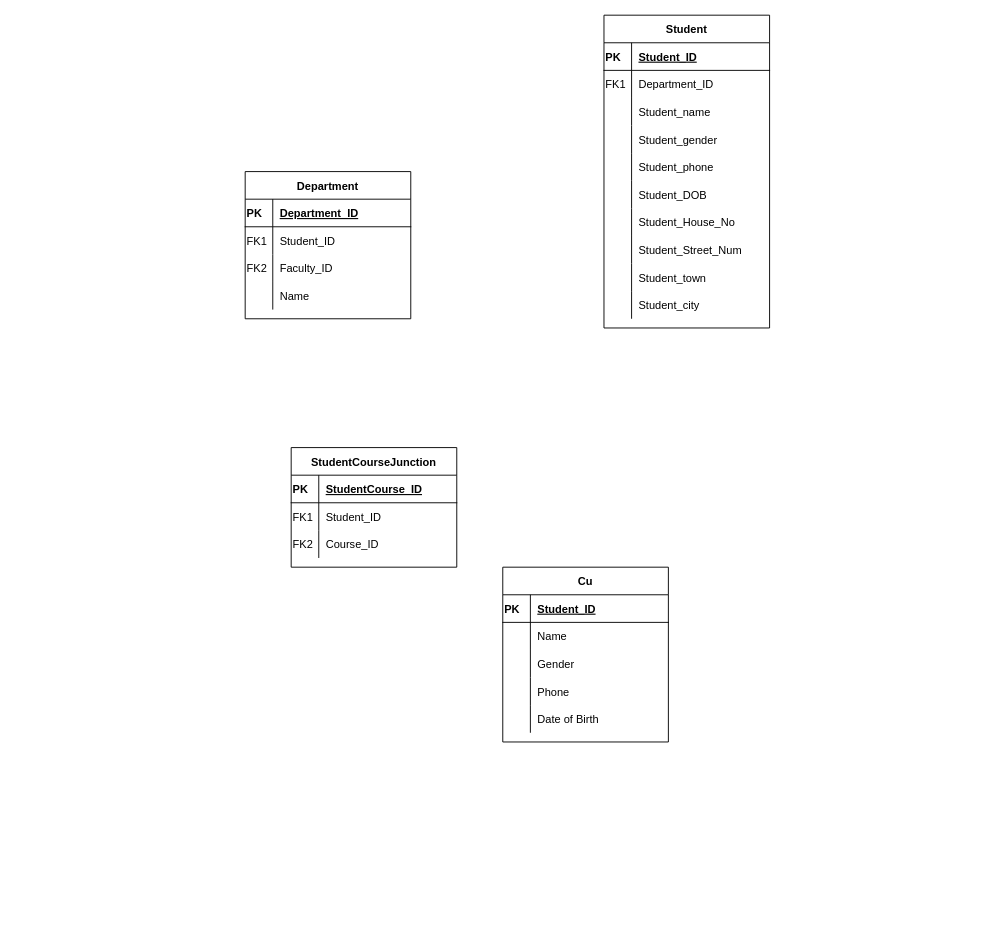
Before: page "Daily_Challenge" (4 of 4) of mysej.drawio in ahmadanwar93/SET-day-22, a draw.io diagram. Source tidied: cells renumbered, new cells numbered last; positions are measured from the earlier drawing's top-left corner, leaving out a move shared by most shapes. Both pictures are drawn from the tidied source at 92%, with x=0, y=0 at pixel (245, 15).
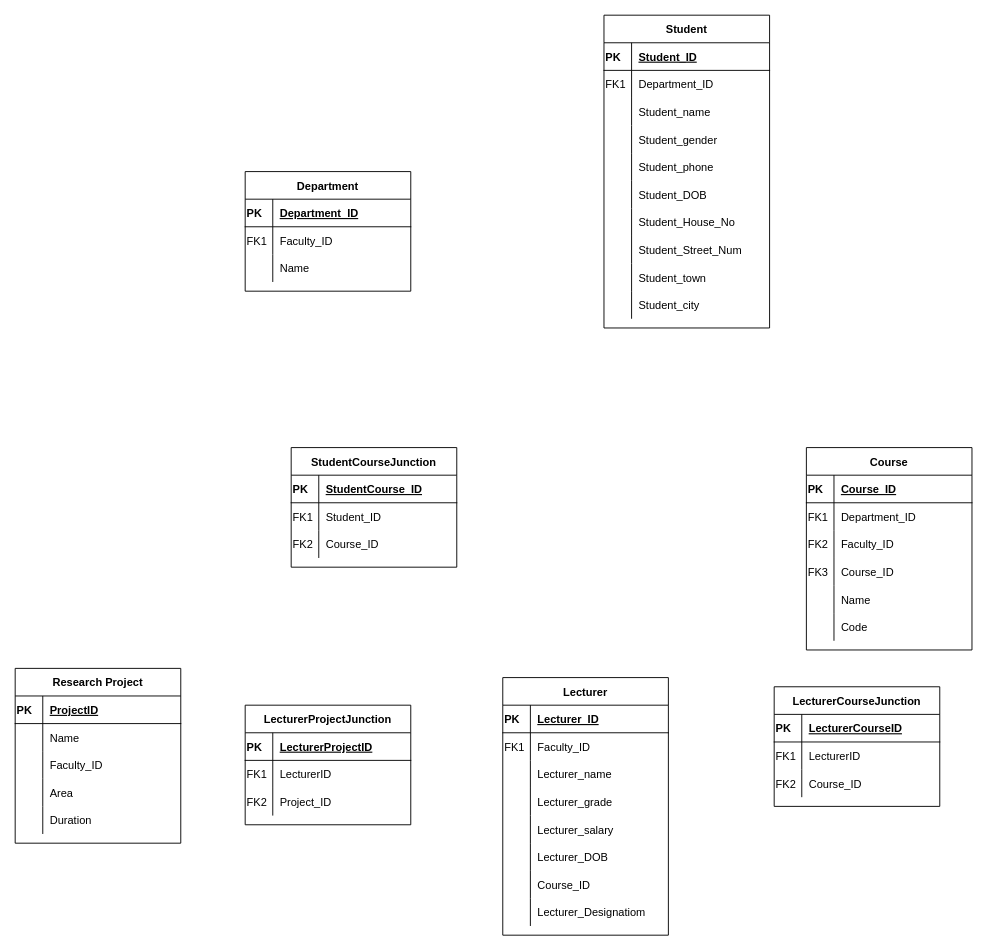
After the change.

The change refers to these unchanged cells:
```xml
<mxCell id="47" style="shape=partialRectangle;fillColor=none;top=0;left=0;bottom=1;right=0;align=left;" parent="46" vertex="1">
  <mxGeometry y="30" width="180" height="30" as="geometry" />
</mxCell>
```

What changed in the source:
```diff
@@
     <mxCell id="33" value="Department" style="shape=table;startSize=30;childLayout=tableLayout;rowLines=0;fontStyle=1;align=center;" parent="1" vertex="1">
-      <mxGeometry y="170" width="180" height="160" as="geometry" />
+      <mxGeometry y="170" width="180" height="130" as="geometry" />
     </mxCell>
@@
-    <mxCell id="37" style="shape=partialRectangle;fillColor=none;top=0;left=0;bottom=0;right=0;align=left;" parent="33" vertex="1">
-      <mxGeometry y="60" width="180" height="30" as="geometry" />
-    </mxCell>
-    <mxCell id="38" value="FK1" style="shape=partialRectangle;fillColor=none;top=0;left=0;bottom=0;right=0;overflow=hidden;align=left;" parent="37" vertex="1">
-      <mxGeometry width="30" height="30" as="geometry" />
-    </mxCell>
-    <mxCell id="39" value="Student_ID" style="shape=partialRectangle;fillColor=none;top=0;left=0;bottom=0;right=0;align=left;spacingLeft=6;overflow=hidden;" parent="37" vertex="1">
-      <mxGeometry x="30" width="150" height="30" as="geometry" />
-    </mxCell>
     <mxCell id="40" style="shape=partialRectangle;fillColor=none;top=0;left=0;bottom=0;right=0;align=left;" parent="33" vertex="1">
-      <mxGeometry y="90" width="180" height="30" as="geometry" />
+      <mxGeometry y="60" width="180" height="30" as="geometry" />
     </mxCell>
-    <mxCell id="41" value="FK2" style="shape=partialRectangle;fillColor=none;top=0;left=0;bottom=0;right=0;overflow=hidden;align=left;" parent="40" vertex="1">
+    <mxCell id="41" value="FK1" style="shape=partialRectangle;fillColor=none;top=0;left=0;bottom=0;right=0;overflow=hidden;align=left;" parent="40" vertex="1">
       <mxGeometry width="30" height="30" as="geometry" />
     </mxCell>
@@
     <mxCell id="43" style="shape=partialRectangle;fillColor=none;top=0;left=0;bottom=0;right=0;align=left;" parent="33" vertex="1">
-      <mxGeometry y="120" width="180" height="30" as="geometry" />
+      <mxGeometry y="90" width="180" height="30" as="geometry" />
     </mxCell>
@@
-    <mxCell id="46" value="Cu" style="shape=table;startSize=30;childLayout=tableLayout;rowLines=0;fontStyle=1;align=center;" parent="1" vertex="1">
-      <mxGeometry x="280" y="600" width="180" height="190" as="geometry" />
+    <mxCell id="46" value="Course" style="shape=table;startSize=30;childLayout=tableLayout;rowLines=0;fontStyle=1;align=center;" parent="1" vertex="1">
+      <mxGeometry x="610" y="470" width="180" height="220" as="geometry" />
     </mxCell>
@@
-    <mxCell id="49" value="Student_ID" style="shape=partialRectangle;fillColor=none;top=0;left=0;bottom=0;right=0;align=left;spacingLeft=6;fontStyle=5;overflow=hidden;" parent="47" vertex="1">
+    <mxCell id="49" value="Course_ID" style="shape=partialRectangle;fillColor=none;top=0;left=0;bottom=0;right=0;align=left;spacingLeft=6;fontStyle=5;overflow=hidden;" parent="47" vertex="1">
       <mxGeometry x="30" width="150" height="30" as="geometry" />
     </mxCell>
+    <mxCell id="56" style="shape=partialRectangle;fillColor=none;top=0;left=0;bottom=0;right=0;align=left;" parent="46" vertex="1">
+      <mxGeometry y="60" width="180" height="30" as="geometry" />
+    </mxCell>
+    <mxCell id="57" value="FK1" style="shape=partialRectangle;fillColor=none;top=0;left=0;bottom=0;right=0;overflow=hidden;align=left;" parent="56" vertex="1">
+      <mxGeometry width="30" height="30" as="geometry" />
+    </mxCell>
+    <mxCell id="58" value="Department_ID" style="shape=partialRectangle;fillColor=none;top=0;left=0;bottom=0;right=0;align=left;spacingLeft=6;overflow=hidden;" parent="56" vertex="1">
+      <mxGeometry x="30" width="150" height="30" as="geometry" />
+    </mxCell>
+    <mxCell id="59" style="shape=partialRectangle;fillColor=none;top=0;left=0;bottom=0;right=0;align=left;" parent="46" vertex="1">
+      <mxGeometry y="90" width="180" height="30" as="geometry" />
+    </mxCell>
+    <mxCell id="60" value="FK2" style="shape=partialRectangle;fillColor=none;top=0;left=0;bottom=0;right=0;overflow=hidden;align=left;" parent="59" vertex="1">
+      <mxGeometry width="30" height="30" as="geometry" />
+    </mxCell>
+    <mxCell id="61" value="Faculty_ID" style="shape=partialRectangle;fillColor=none;top=0;left=0;bottom=0;right=0;align=left;spacingLeft=6;overflow=hidden;" parent="59" vertex="1">
+      <mxGeometry x="30" width="150" height="30" as="geometry" />
+    </mxCell>
+    <mxCell id="72" style="shape=partialRectangle;fillColor=none;top=0;left=0;bottom=0;right=0;align=left;" parent="46" vertex="1">
+      <mxGeometry y="120" width="180" height="30" as="geometry" />
+    </mxCell>
+    <mxCell id="73" value="FK3" style="shape=partialRectangle;fillColor=none;top=0;left=0;bottom=0;right=0;overflow=hidden;align=left;" parent="72" vertex="1">
+      <mxGeometry width="30" height="30" as="geometry" />
+    </mxCell>
+    <mxCell id="74" value="Course_ID" style="shape=partialRectangle;fillColor=none;top=0;left=0;bottom=0;right=0;align=left;spacingLeft=6;overflow=hidden;" parent="72" vertex="1">
+      <mxGeometry x="30" width="150" height="30" as="geometry" />
+    </mxCell>
     <mxCell id="50" style="shape=partialRectangle;fillColor=none;top=0;left=0;bottom=0;right=0;align=left;" parent="46" vertex="1">
-      <mxGeometry y="60" width="180" height="30" as="geometry" />
+      <mxGeometry y="150" width="180" height="30" as="geometry" />
     </mxCell>
@@
     <mxCell id="53" style="shape=partialRectangle;fillColor=none;top=0;left=0;bottom=0;right=0;align=left;" parent="46" vertex="1">
-      <mxGeometry y="90" width="180" height="30" as="geometry" />
+      <mxGeometry y="180" width="180" height="30" as="geometry" />
     </mxCell>
@@
-    <mxCell id="55" value="Gender" style="shape=partialRectangle;fillColor=none;top=0;left=0;bottom=0;right=0;align=left;spacingLeft=6;overflow=hidden;" parent="53" vertex="1">
+    <mxCell id="55" value="Code" style="shape=partialRectangle;fillColor=none;top=0;left=0;bottom=0;right=0;align=left;spacingLeft=6;overflow=hidden;" parent="53" vertex="1">
       <mxGeometry x="30" width="150" height="30" as="geometry" />
     </mxCell>
-    <mxCell id="56" style="shape=partialRectangle;fillColor=none;top=0;left=0;bottom=0;right=0;align=left;" parent="46" vertex="1">
-      <mxGeometry y="120" width="180" height="30" as="geometry" />
-    </mxCell>
-    <mxCell id="57" style="shape=partialRectangle;fillColor=none;top=0;left=0;bottom=0;right=0;overflow=hidden;align=left;" parent="56" vertex="1">
-      <mxGeometry width="30" height="30" as="geometry" />
-    </mxCell>
-    <mxCell id="58" value="Phone" style="shape=partialRectangle;fillColor=none;top=0;left=0;bottom=0;right=0;align=left;spacingLeft=6;overflow=hidden;" parent="56" vertex="1">
-      <mxGeometry x="30" width="150" height="30" as="geometry" />
-    </mxCell>
-    <mxCell id="59" style="shape=partialRectangle;fillColor=none;top=0;left=0;bottom=0;right=0;align=left;" parent="46" vertex="1">
-      <mxGeometry y="150" width="180" height="30" as="geometry" />
-    </mxCell>
-    <mxCell id="60" style="shape=partialRectangle;fillColor=none;top=0;left=0;bottom=0;right=0;overflow=hidden;align=left;" parent="59" vertex="1">
-      <mxGeometry width="30" height="30" as="geometry" />
-    </mxCell>
-    <mxCell id="61" value="Date of Birth" style="shape=partialRectangle;fillColor=none;top=0;left=0;bottom=0;right=0;align=left;spacingLeft=6;overflow=hidden;" parent="59" vertex="1">
-      <mxGeometry x="30" width="150" height="30" as="geometry" />
-    </mxCell>
@@
+    <mxCell id="75" value="Lecturer" style="shape=table;startSize=30;childLayout=tableLayout;rowLines=0;fontStyle=1;align=center;" parent="1" vertex="1">
+      <mxGeometry x="280" y="720" width="180" height="280" as="geometry" />
+    </mxCell>
+    <mxCell id="76" style="shape=partialRectangle;fillColor=none;top=0;left=0;bottom=1;right=0;align=left;" parent="75" vertex="1">
+      <mxGeometry y="30" width="180" height="30" as="geometry" />
+    </mxCell>
+    <mxCell id="77" value="PK" style="shape=partialRectangle;fillColor=none;top=0;left=0;bottom=0;right=0;fontStyle=1;overflow=hidden;align=left;" parent="76" vertex="1">
+      <mxGeometry width="30" height="30" as="geometry" />
+    </mxCell>
+    <mxCell id="78" value="Lecturer_ID" style="shape=partialRectangle;fillColor=none;top=0;left=0;bottom=0;right=0;align=left;spacingLeft=6;fontStyle=5;overflow=hidden;" parent="76" vertex="1">
+      <mxGeometry x="30" width="150" height="30" as="geometry" />
+    </mxCell>
+    <mxCell id="79" style="shape=partialRectangle;fillColor=none;top=0;left=0;bottom=0;right=0;align=left;" parent="75" vertex="1">
+      <mxGeometry y="60" width="180" height="30" as="geometry" />
+    </mxCell>
+    <mxCell id="80" value="FK1" style="shape=partialRectangle;fillColor=none;top=0;left=0;bottom=0;right=0;overflow=hidden;align=left;" parent="79" vertex="1">
+      <mxGeometry width="30" height="30" as="geometry" />
+    </mxCell>
+    <mxCell id="81" value="Faculty_ID" style="shape=partialRectangle;fillColor=none;top=0;left=0;bottom=0;right=0;align=left;spacingLeft=6;overflow=hidden;" parent="79" vertex="1">
+      <mxGeometry x="30" width="150" height="30" as="geometry" />
+    </mxCell>
+    <mxCell id="82" style="shape=partialRectangle;fillColor=none;top=0;left=0;bottom=0;right=0;align=left;" parent="75" vertex="1">
+      <mxGeometry y="90" width="180" height="30" as="geometry" />
+    </mxCell>
+    <mxCell id="83" style="shape=partialRectangle;fillColor=none;top=0;left=0;bottom=0;right=0;overflow=hidden;align=left;" parent="82" vertex="1">
+      <mxGeometry width="30" height="30" as="geometry" />
+    </mxCell>
+    <mxCell id="84" value="Lecturer_name" style="shape=partialRectangle;fillColor=none;top=0;left=0;bottom=0;right=0;align=left;spacingLeft=6;overflow=hidden;" parent="82" vertex="1">
+      <mxGeometry x="30" width="150" height="30" as="geometry" />
+    </mxCell>
+    <mxCell id="85" style="shape=partialRectangle;fillColor=none;top=0;left=0;bottom=0;right=0;align=left;" parent="75" vertex="1">
+      <mxGeometry y="120" width="180" height="30" as="geometry" />
+    </mxCell>
+    <mxCell id="86" style="shape=partialRectangle;fillColor=none;top=0;left=0;bottom=0;right=0;overflow=hidden;align=left;" parent="85" vertex="1">
+      <mxGeometry width="30" height="30" as="geometry" />
+    </mxCell>
+    <mxCell id="87" value="Lecturer_grade" style="shape=partialRectangle;fillColor=none;top=0;left=0;bottom=0;right=0;align=left;spacingLeft=6;overflow=hidden;" parent="85" vertex="1">
+      <mxGeometry x="30" width="150" height="30" as="geometry" />
+    </mxCell>
+    <mxCell id="88" style="shape=partialRectangle;fillColor=none;top=0;left=0;bottom=0;right=0;align=left;" parent="75" vertex="1">
+      <mxGeometry y="150" width="180" height="30" as="geometry" />
+    </mxCell>
+    <mxCell id="89" style="shape=partialRectangle;fillColor=none;top=0;left=0;bottom=0;right=0;overflow=hidden;align=left;" parent="88" vertex="1">
+      <mxGeometry width="30" height="30" as="geometry" />
+    </mxCell>
+    <mxCell id="90" value="Lecturer_salary" style="shape=partialRectangle;fillColor=none;top=0;left=0;bottom=0;right=0;align=left;spacingLeft=6;overflow=hidden;" parent="88" vertex="1">
+      <mxGeometry x="30" width="150" height="30" as="geometry" />
+    </mxCell>
+    <mxCell id="91" style="shape=partialRectangle;fillColor=none;top=0;left=0;bottom=0;right=0;align=left;" parent="75" vertex="1">
+      <mxGeometry y="180" width="180" height="30" as="geometry" />
+    </mxCell>
+    <mxCell id="92" style="shape=partialRectangle;fillColor=none;top=0;left=0;bottom=0;right=0;overflow=hidden;align=left;" parent="91" vertex="1">
+      <mxGeometry width="30" height="30" as="geometry" />
+    </mxCell>
+    <mxCell id="93" value="Lecturer_DOB" style="shape=partialRectangle;fillColor=none;top=0;left=0;bottom=0;right=0;align=left;spacingLeft=6;overflow=hidden;" parent="91" vertex="1">
+      <mxGeometry x="30" width="150" height="30" as="geometry" />
+    </mxCell>
+    <mxCell id="94" style="shape=partialRectangle;fillColor=none;top=0;left=0;bottom=0;right=0;align=left;" parent="75" vertex="1">
+      <mxGeometry y="210" width="180" height="30" as="geometry" />
+    </mxCell>
+    <mxCell id="95" style="shape=partialRectangle;fillColor=none;top=0;left=0;bottom=0;right=0;overflow=hidden;align=left;" parent="94" vertex="1">
+      <mxGeometry width="30" height="30" as="geometry" />
+    </mxCell>
+    <mxCell id="96" value="Course_ID" style="shape=partialRectangle;fillColor=none;top=0;left=0;bottom=0;right=0;align=left;spacingLeft=6;overflow=hidden;" parent="94" vertex="1">
+      <mxGeometry x="30" width="150" height="30" as="geometry" />
+    </mxCell>
+    <mxCell id="97" style="shape=partialRectangle;fillColor=none;top=0;left=0;bottom=0;right=0;align=left;" parent="75" vertex="1">
+      <mxGeometry y="240" width="180" height="30" as="geometry" />
+    </mxCell>
+    <mxCell id="98" style="shape=partialRectangle;fillColor=none;top=0;left=0;bottom=0;right=0;overflow=hidden;align=left;" parent="97" vertex="1">
+      <mxGeometry width="30" height="30" as="geometry" />
+    </mxCell>
+    <mxCell id="99" value="Lecturer_Designatiom" style="shape=partialRectangle;fillColor=none;top=0;left=0;bottom=0;right=0;align=left;spacingLeft=6;overflow=hidden;" parent="97" vertex="1">
+      <mxGeometry x="30" width="150" height="30" as="geometry" />
+    </mxCell>
+    <mxCell id="100" value="Research Project" style="shape=table;startSize=30;childLayout=tableLayout;rowLines=0;fontStyle=1;align=center;" parent="1" vertex="1">
+      <mxGeometry x="-250" y="710" width="180" height="190" as="geometry" />
+    </mxCell>
+    <mxCell id="101" style="shape=partialRectangle;fillColor=none;top=0;left=0;bottom=1;right=0;align=left;" parent="100" vertex="1">
+      <mxGeometry y="30" width="180" height="30" as="geometry" />
+    </mxCell>
+    <mxCell id="102" value="PK" style="shape=partialRectangle;fillColor=none;top=0;left=0;bottom=0;right=0;fontStyle=1;overflow=hidden;align=left;" parent="101" vertex="1">
+      <mxGeometry width="30" height="30" as="geometry" />
+    </mxCell>
+    <mxCell id="103" value="ProjectID" style="shape=partialRectangle;fillColor=none;top=0;left=0;bottom=0;right=0;align=left;spacingLeft=6;fontStyle=5;overflow=hidden;" parent="101" vertex="1">
+      <mxGeometry x="30" width="150" height="30" as="geometry" />
+    </mxCell>
+    <mxCell id="104" style="shape=partialRectangle;fillColor=none;top=0;left=0;bottom=0;right=0;align=left;" parent="100" vertex="1">
+      <mxGeometry y="60" width="180" height="30" as="geometry" />
+    </mxCell>
+    <mxCell id="105" style="shape=partialRectangle;fillColor=none;top=0;left=0;bottom=0;right=0;overflow=hidden;align=left;" parent="104" vertex="1">
+      <mxGeometry width="30" height="30" as="geometry" />
+    </mxCell>
+    <mxCell id="106" value="Name" style="shape=partialRectangle;fillColor=none;top=0;left=0;bottom=0;right=0;align=left;spacingLeft=6;overflow=hidden;" parent="104" vertex="1">
+      <mxGeometry x="30" width="150" height="30" as="geometry" />
+    </mxCell>
+    <mxCell id="107" style="shape=partialRectangle;fillColor=none;top=0;left=0;bottom=0;right=0;align=left;" parent="100" vertex="1">
+      <mxGeometry y="90" width="180" height="30" as="geometry" />
+    </mxCell>
+    <mxCell id="108" style="shape=partialRectangle;fillColor=none;top=0;left=0;bottom=0;right=0;overflow=hidden;align=left;" parent="107" vertex="1">
+      <mxGeometry width="30" height="30" as="geometry" />
+    </mxCell>
+    <mxCell id="109" value="Faculty_ID" style="shape=partialRectangle;fillColor=none;top=0;left=0;bottom=0;right=0;align=left;spacingLeft=6;overflow=hidden;" parent="107" vertex="1">
+      <mxGeometry x="30" width="150" height="30" as="geometry" />
+    </mxCell>
+    <mxCell id="110" style="shape=partialRectangle;fillColor=none;top=0;left=0;bottom=0;right=0;align=left;" parent="100" vertex="1">
+      <mxGeometry y="120" width="180" height="30" as="geometry" />
+    </mxCell>
+    <mxCell id="111" style="shape=partialRectangle;fillColor=none;top=0;left=0;bottom=0;right=0;overflow=hidden;align=left;" parent="110" vertex="1">
+      <mxGeometry width="30" height="30" as="geometry" />
+    </mxCell>
+    <mxCell id="112" value="Area" style="shape=partialRectangle;fillColor=none;top=0;left=0;bottom=0;right=0;align=left;spacingLeft=6;overflow=hidden;" parent="110" vertex="1">
+      <mxGeometry x="30" width="150" height="30" as="geometry" />
+    </mxCell>
+    <mxCell id="113" style="shape=partialRectangle;fillColor=none;top=0;left=0;bottom=0;right=0;align=left;" parent="100" vertex="1">
+      <mxGeometry y="150" width="180" height="30" as="geometry" />
+    </mxCell>
+    <mxCell id="114" style="shape=partialRectangle;fillColor=none;top=0;left=0;bottom=0;right=0;overflow=hidden;align=left;" parent="113" vertex="1">
+      <mxGeometry width="30" height="30" as="geometry" />
+    </mxCell>
+    <mxCell id="115" value="Duration" style="shape=partialRectangle;fillColor=none;top=0;left=0;bottom=0;right=0;align=left;spacingLeft=6;overflow=hidden;" parent="113" vertex="1">
+      <mxGeometry x="30" width="150" height="30" as="geometry" />
+    </mxCell>
+    <mxCell id="116" value="LecturerCourseJunction" style="shape=table;startSize=30;childLayout=tableLayout;rowLines=0;fontStyle=1;align=center;" parent="1" vertex="1">
+      <mxGeometry x="575" y="730" width="180" height="130" as="geometry" />
+    </mxCell>
+    <mxCell id="117" style="shape=partialRectangle;fillColor=none;top=0;left=0;bottom=1;right=0;align=left;" parent="116" vertex="1">
+      <mxGeometry y="30" width="180" height="30" as="geometry" />
+    </mxCell>
+    <mxCell id="118" value="PK" style="shape=partialRectangle;fillColor=none;top=0;left=0;bottom=0;right=0;fontStyle=1;overflow=hidden;align=left;" parent="117" vertex="1">
+      <mxGeometry width="30" height="30" as="geometry" />
+    </mxCell>
+    <mxCell id="119" value="LecturerCourseID" style="shape=partialRectangle;fillColor=none;top=0;left=0;bottom=0;right=0;align=left;spacingLeft=6;fontStyle=5;overflow=hidden;" parent="117" vertex="1">
+      <mxGeometry x="30" width="150" height="30" as="geometry" />
+    </mxCell>
+    <mxCell id="120" style="shape=partialRectangle;fillColor=none;top=0;left=0;bottom=0;right=0;align=left;" parent="116" vertex="1">
+      <mxGeometry y="60" width="180" height="30" as="geometry" />
+    </mxCell>
+    <mxCell id="121" value="FK1" style="shape=partialRectangle;fillColor=none;top=0;left=0;bottom=0;right=0;overflow=hidden;align=left;" parent="120" vertex="1">
+      <mxGeometry width="30" height="30" as="geometry" />
+    </mxCell>
+    <mxCell id="122" value="LecturerID" style="shape=partialRectangle;fillColor=none;top=0;left=0;bottom=0;right=0;align=left;spacingLeft=6;overflow=hidden;" parent="120" vertex="1">
+      <mxGeometry x="30" width="150" height="30" as="geometry" />
+    </mxCell>
+    <mxCell id="123" style="shape=partialRectangle;fillColor=none;top=0;left=0;bottom=0;right=0;align=left;" parent="116" vertex="1">
+      <mxGeometry y="90" width="180" height="30" as="geometry" />
+    </mxCell>
+    <mxCell id="124" value="FK2" style="shape=partialRectangle;fillColor=none;top=0;left=0;bottom=0;right=0;overflow=hidden;align=left;" parent="123" vertex="1">
+      <mxGeometry width="30" height="30" as="geometry" />
+    </mxCell>
+    <mxCell id="125" value="Course_ID" style="shape=partialRectangle;fillColor=none;top=0;left=0;bottom=0;right=0;align=left;spacingLeft=6;overflow=hidden;" parent="123" vertex="1">
+      <mxGeometry x="30" width="150" height="30" as="geometry" />
+    </mxCell>
+    <mxCell id="126" value="LecturerProjectJunction" style="shape=table;startSize=30;childLayout=tableLayout;rowLines=0;fontStyle=1;align=center;" parent="1" vertex="1">
+      <mxGeometry y="750" width="180" height="130" as="geometry" />
+    </mxCell>
+    <mxCell id="127" style="shape=partialRectangle;fillColor=none;top=0;left=0;bottom=1;right=0;align=left;" parent="126" vertex="1">
+      <mxGeometry y="30" width="180" height="30" as="geometry" />
+    </mxCell>
+    <mxCell id="128" value="PK" style="shape=partialRectangle;fillColor=none;top=0;left=0;bottom=0;right=0;fontStyle=1;overflow=hidden;align=left;" parent="127" vertex="1">
+      <mxGeometry width="30" height="30" as="geometry" />
+    </mxCell>
+    <mxCell id="129" value="LecturerProjectID" style="shape=partialRectangle;fillColor=none;top=0;left=0;bottom=0;right=0;align=left;spacingLeft=6;fontStyle=5;overflow=hidden;" parent="127" vertex="1">
+      <mxGeometry x="30" width="150" height="30" as="geometry" />
+    </mxCell>
+    <mxCell id="130" style="shape=partialRectangle;fillColor=none;top=0;left=0;bottom=0;right=0;align=left;" parent="126" vertex="1">
+      <mxGeometry y="60" width="180" height="30" as="geometry" />
+    </mxCell>
+    <mxCell id="131" value="FK1" style="shape=partialRectangle;fillColor=none;top=0;left=0;bottom=0;right=0;overflow=hidden;align=left;" parent="130" vertex="1">
+      <mxGeometry width="30" height="30" as="geometry" />
+    </mxCell>
+    <mxCell id="132" value="LecturerID" style="shape=partialRectangle;fillColor=none;top=0;left=0;bottom=0;right=0;align=left;spacingLeft=6;overflow=hidden;" parent="130" vertex="1">
+      <mxGeometry x="30" width="150" height="30" as="geometry" />
+    </mxCell>
+    <mxCell id="133" style="shape=partialRectangle;fillColor=none;top=0;left=0;bottom=0;right=0;align=left;" parent="126" vertex="1">
+      <mxGeometry y="90" width="180" height="30" as="geometry" />
+    </mxCell>
+    <mxCell id="134" value="FK2" style="shape=partialRectangle;fillColor=none;top=0;left=0;bottom=0;right=0;overflow=hidden;align=left;" parent="133" vertex="1">
+      <mxGeometry width="30" height="30" as="geometry" />
+    </mxCell>
+    <mxCell id="135" value="Project_ID" style="shape=partialRectangle;fillColor=none;top=0;left=0;bottom=0;right=0;align=left;spacingLeft=6;overflow=hidden;" parent="133" vertex="1">
+      <mxGeometry x="30" width="150" height="30" as="geometry" />
+    </mxCell>
```
